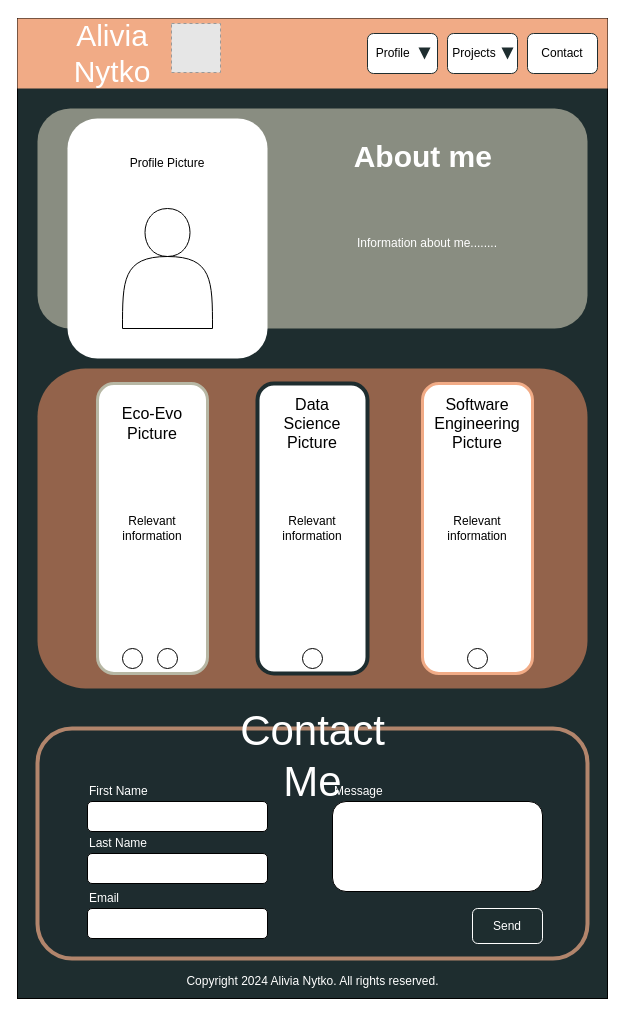
Above: profile_wireframe.drawio in anytko/profile (draw.io), before the change. Source tidied: cells renumbered, new cells numbered last; positions are measured from the earlier drawing's top-left corner, leaving out a move shared by most shapes. Both pictures are drawn from the tidied source at 100%, with x=0, y=0 at pixel (7, 18). Pictures stored in the file or linked from it are replaced by grey dashed boxes.
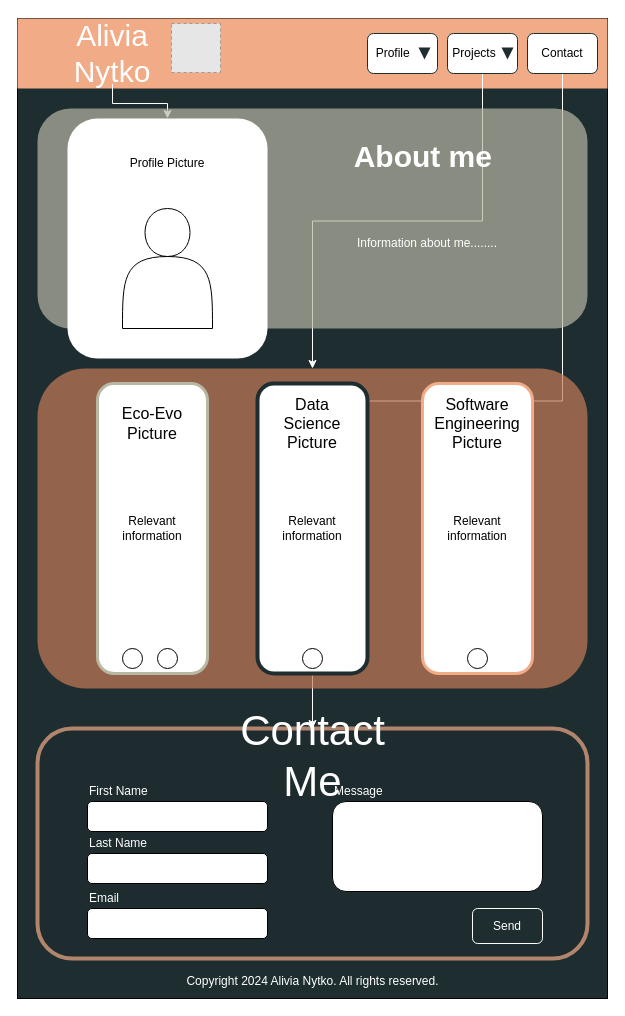
After the change.

Unchanged cells that the change refers to:
```xml
<mxCell id="4" value="Alivia Nytko" style="rounded=0;whiteSpace=wrap;html=1;fillColor=#F1AB86;shadow=0;strokeColor=none;fontColor=#ffffff;fontSize=30;fontFamily=Bebas Neue;" parent="1" vertex="1">
  <mxGeometry x="30" y="5" width="150" height="60" as="geometry" />
</mxCell>
<mxCell id="6" value="&amp;nbsp;Projects" style="rounded=1;whiteSpace=wrap;html=1;strokeColor=#1E2D2F;align=left;" parent="1" vertex="1">
  <mxGeometry x="440" y="15" width="70" height="40" as="geometry" />
</mxCell>
<mxCell id="7" value="Contact" style="rounded=1;whiteSpace=wrap;html=1;strokeColor=#1E2D2F;" parent="1" vertex="1">
  <mxGeometry x="520" y="15" width="70" height="40" as="geometry" />
</mxCell>
<mxCell id="9" style="rounded=1;whiteSpace=wrap;html=1;rotation=-90;strokeColor=none;" parent="1" vertex="1">
  <mxGeometry x="40" y="120" width="240" height="200" as="geometry" />
</mxCell>
<mxCell id="14" style="rounded=1;whiteSpace=wrap;html=1;fillColor=#c57b57;opacity=70;strokeColor=none;" parent="1" vertex="1">
  <mxGeometry x="30" y="350" width="550" height="320" as="geometry" />
</mxCell>
<mxCell id="29" style="rounded=1;whiteSpace=wrap;html=1;fillColor=#1E2D2F;opacity=70;strokeColor=#F1AB86;strokeWidth=4;" parent="1" vertex="1">
  <mxGeometry x="30" y="710" width="550" height="230" as="geometry" />
</mxCell>
```

What changed in the source:
```diff
@@
+    <mxCell id="43" style="edgeStyle=orthogonalEdgeStyle;rounded=0;jettySize=auto;html=1;exitX=0.5;exitY=1;exitDx=0;exitDy=0;strokeColor=#FFFFFF;" parent="1" edge="1" source="4" target="9">
+      <mxGeometry relative="1" as="geometry" />
+    </mxCell>
@@
+    <mxCell id="44" style="edgeStyle=orthogonalEdgeStyle;rounded=0;jettySize=auto;html=1;exitX=0.5;exitY=1;exitDx=0;exitDy=0;entryX=0.5;entryY=0;entryDx=0;entryDy=0;strokeColor=#FFFFFF;" parent="1" edge="1" source="6" target="14">
+      <mxGeometry relative="1" as="geometry" />
+    </mxCell>
@@
+    <mxCell id="45" style="edgeStyle=orthogonalEdgeStyle;rounded=0;jettySize=auto;html=1;exitX=0.5;exitY=1;exitDx=0;exitDy=0;entryX=0.5;entryY=0;entryDx=0;entryDy=0;strokeColor=#FFFFFF;" parent="1" edge="1" source="7" target="29">
+      <mxGeometry relative="1" as="geometry" />
+    </mxCell>
```
